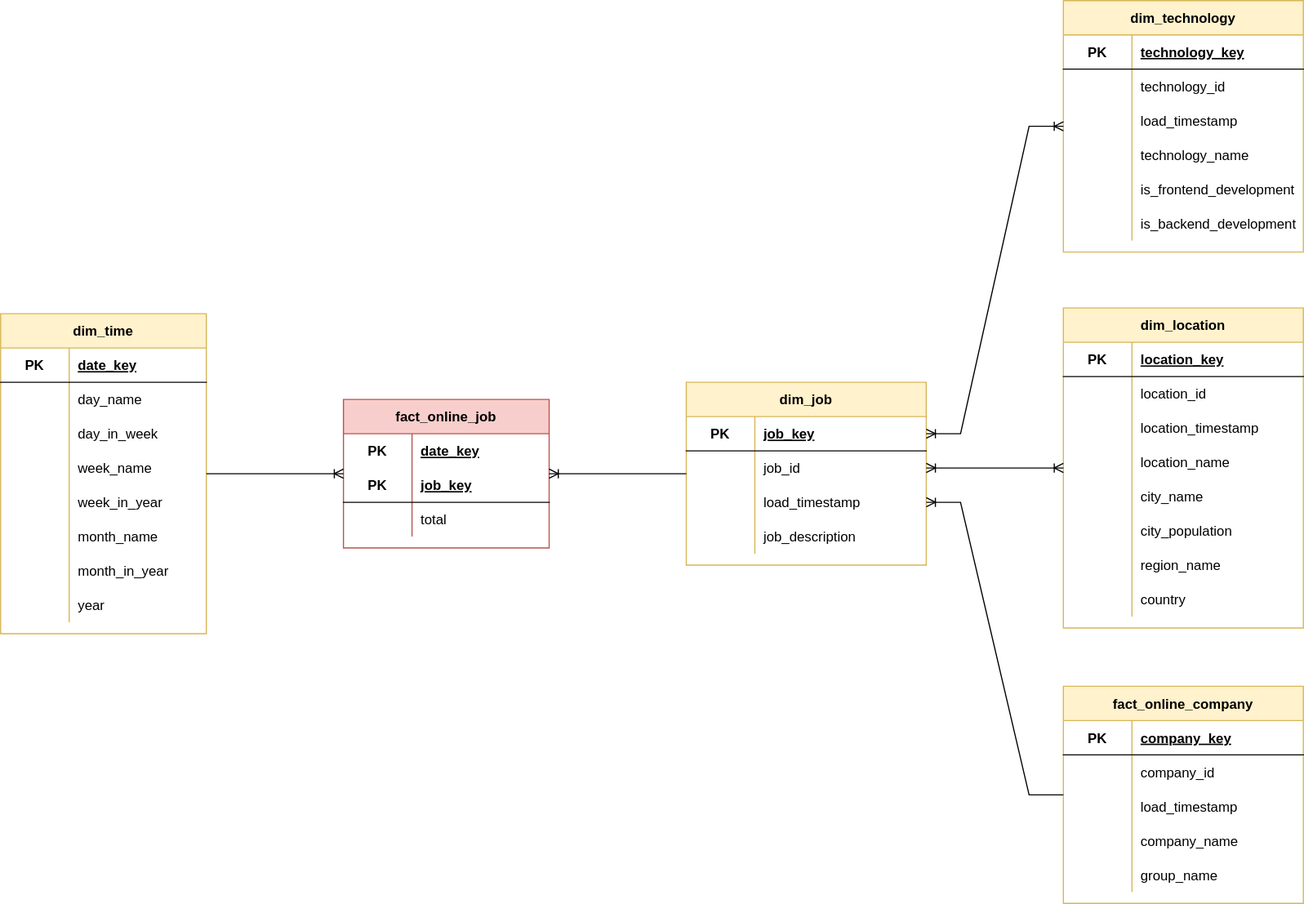
Before: doc/mart-model.drawio.svg, a diagram exported from draw.io (petracarrion/job-market-analytics). Source tidied: cells renumbered, new cells last; positions are measured from the earlier drawing's top-left corner, leaving out a move shared by most shapes.
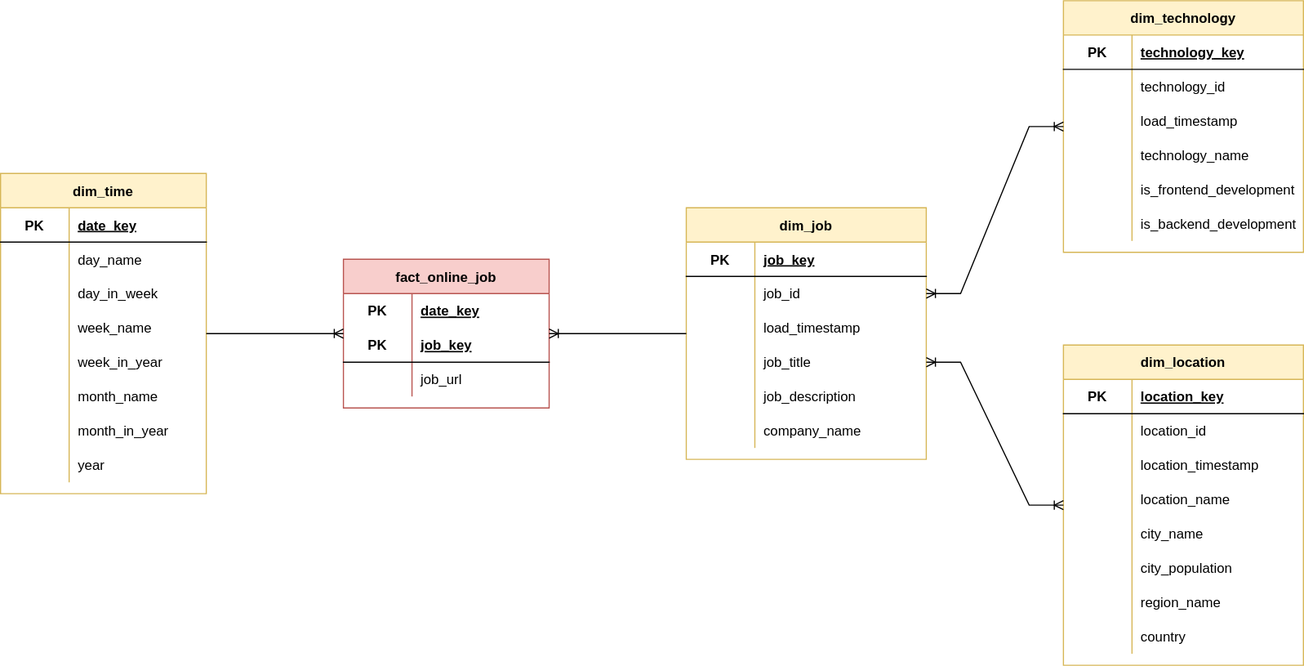
After the change.

What changed in the source:
```diff
@@ -105,11 +105,11 @@
     <mxCell id="36" style="shape=partialRectangle;fillColor=none;top=0;left=0;bottom=0;right=0;overflow=hidden;" parent="35" vertex="1">
       <mxGeometry width="60" height="30" as="geometry" />
     </mxCell>
-    <mxCell id="37" value="total" style="shape=partialRectangle;fillColor=none;top=0;left=0;bottom=0;right=0;align=left;spacingLeft=6;overflow=hidden;" parent="35" vertex="1">
+    <mxCell id="37" value="job_url" style="shape=partialRectangle;fillColor=none;top=0;left=0;bottom=0;right=0;align=left;spacingLeft=6;overflow=hidden;" parent="35" vertex="1">
       <mxGeometry x="60" width="120" height="30" as="geometry" />
     </mxCell>
     <mxCell id="38" value="dim_job" style="shape=table;startSize=30;rowLines=0;fontStyle=1;align=center;fillColor=#fff2cc;strokeColor=#d6b656;" parent="2" vertex="1">
-      <mxGeometry x="600" y="334" width="210" height="160" as="geometry" />
+      <mxGeometry x="600" y="304" width="210" height="220" as="geometry" />
     </mxCell>
     <mxCell id="39" style="shape=tableRow;horizontal=0;startSize=0;swimlaneHead=0;swimlaneBody=0;fillColor=none;points=[[0,0.5],[1,0.5]];portConstraint=eastwest;top=0;left=0;right=0;bottom=1;" parent="38" vertex="1">
       <mxGeometry y="30" width="210" height="30" as="geometry" />
@@ -138,8 +138,17 @@
     <mxCell id="47" value="load_timestamp" style="shape=partialRectangle;fillColor=none;top=0;left=0;bottom=0;right=0;align=left;spacingLeft=6;overflow=hidden;" parent="45" vertex="1">
       <mxGeometry x="60" width="150" height="30" as="geometry" />
     </mxCell>
+    <mxCell id="86" style="shape=tableRow;horizontal=0;startSize=0;swimlaneHead=0;swimlaneBody=0;fillColor=none;points=[[0,0.5],[1,0.5]];portConstraint=eastwest;top=0;left=0;right=0;bottom=0;" parent="38" vertex="1">
+      <mxGeometry y="120" width="210" height="30" as="geometry" />
+    </mxCell>
+    <mxCell id="116" style="shape=partialRectangle;fillColor=none;top=0;left=0;bottom=0;right=0;overflow=hidden;" parent="86" vertex="1">
+      <mxGeometry width="60" height="30" as="geometry" />
+    </mxCell>
+    <mxCell id="117" value="job_title" style="shape=partialRectangle;fillColor=none;top=0;left=0;bottom=0;right=0;align=left;spacingLeft=6;overflow=hidden;" parent="86" vertex="1">
+      <mxGeometry x="60" width="150" height="30" as="geometry" />
+    </mxCell>
     <mxCell id="48" style="shape=tableRow;horizontal=0;startSize=0;swimlaneHead=0;swimlaneBody=0;fillColor=none;top=0;left=0;right=0;bottom=0;" parent="38" vertex="1">
-      <mxGeometry y="120" width="210" height="30" as="geometry" />
+      <mxGeometry y="150" width="210" height="30" as="geometry" />
     </mxCell>
     <mxCell id="49" style="shape=partialRectangle;fillColor=none;top=0;left=0;bottom=0;right=0;overflow=hidden;" parent="48" vertex="1">
       <mxGeometry width="60" height="30" as="geometry" />
@@ -147,8 +156,17 @@
     <mxCell id="50" value="job_description" style="shape=partialRectangle;fillColor=none;top=0;left=0;bottom=0;right=0;align=left;spacingLeft=6;overflow=hidden;" parent="48" vertex="1">
       <mxGeometry x="60" width="150" height="30" as="geometry" />
     </mxCell>
+    <mxCell id="118" style="shape=tableRow;horizontal=0;startSize=0;swimlaneHead=0;swimlaneBody=0;fillColor=none;top=0;left=0;right=0;bottom=0;" parent="38" vertex="1">
+      <mxGeometry y="180" width="210" height="30" as="geometry" />
+    </mxCell>
+    <mxCell id="119" style="shape=partialRectangle;fillColor=none;top=0;left=0;bottom=0;right=0;overflow=hidden;" parent="118" vertex="1">
+      <mxGeometry width="60" height="30" as="geometry" />
+    </mxCell>
+    <mxCell id="88" value="company_name" style="shape=partialRectangle;fillColor=none;top=0;left=0;bottom=0;right=0;align=left;spacingLeft=6;overflow=hidden;" parent="118" vertex="1">
+      <mxGeometry x="60" width="150" height="30" as="geometry" />
+    </mxCell>
     <mxCell id="51" value="dim_location" style="shape=table;startSize=30;rowLines=0;fontStyle=1;align=center;fillColor=#fff2cc;strokeColor=#d6b656;" parent="2" vertex="1">
-      <mxGeometry x="930" y="269" width="210" height="280" as="geometry" />
+      <mxGeometry x="930" y="424" width="210" height="280" as="geometry" />
     </mxCell>
     <mxCell id="52" style="shape=tableRow;horizontal=0;startSize=0;swimlaneHead=0;swimlaneBody=0;fillColor=none;top=0;left=0;right=0;bottom=1;" parent="51" vertex="1">
       <mxGeometry y="30" width="210" height="30" as="geometry" />
@@ -222,56 +240,8 @@
     <mxCell id="75" value="country" style="shape=partialRectangle;fillColor=none;top=0;left=0;bottom=0;right=0;align=left;spacingLeft=6;overflow=hidden;" parent="73" vertex="1">
       <mxGeometry x="60" width="150" height="30" as="geometry" />
     </mxCell>
-    <mxCell id="76" value="fact_online_company" style="shape=table;startSize=30;rowLines=0;fontStyle=1;align=center;fillColor=#fff2cc;strokeColor=#d6b656;" parent="2" vertex="1">
-      <mxGeometry x="930" y="600" width="210" height="190" as="geometry" />
-    </mxCell>
-    <mxCell id="77" style="shape=tableRow;horizontal=0;startSize=0;swimlaneHead=0;swimlaneBody=0;fillColor=none;top=0;left=0;right=0;bottom=1;" parent="76" vertex="1">
-      <mxGeometry y="30" width="210" height="30" as="geometry" />
-    </mxCell>
-    <mxCell id="78" value="PK" style="shape=partialRectangle;fillColor=none;top=0;left=0;bottom=0;right=0;fontStyle=1;overflow=hidden;" parent="77" vertex="1">
-      <mxGeometry width="60" height="30" as="geometry" />
-    </mxCell>
-    <mxCell id="79" value="company_key" style="shape=partialRectangle;fillColor=none;top=0;left=0;bottom=0;right=0;align=left;spacingLeft=6;fontStyle=5;overflow=hidden;" parent="77" vertex="1">
-      <mxGeometry x="60" width="150" height="30" as="geometry" />
-    </mxCell>
-    <mxCell id="80" style="shape=tableRow;horizontal=0;startSize=0;swimlaneHead=0;swimlaneBody=0;fillColor=none;top=0;left=0;right=0;bottom=0;" parent="76" vertex="1">
-      <mxGeometry y="60" width="210" height="30" as="geometry" />
-    </mxCell>
-    <mxCell id="81" style="shape=partialRectangle;fillColor=none;top=0;left=0;bottom=0;right=0;overflow=hidden;" parent="80" vertex="1">
-      <mxGeometry width="60" height="30" as="geometry" />
-    </mxCell>
-    <mxCell id="82" value="company_id" style="shape=partialRectangle;fillColor=none;top=0;left=0;bottom=0;right=0;align=left;spacingLeft=6;overflow=hidden;" parent="80" vertex="1">
-      <mxGeometry x="60" width="150" height="30" as="geometry" />
-    </mxCell>
-    <mxCell id="83" style="shape=tableRow;horizontal=0;startSize=0;swimlaneHead=0;swimlaneBody=0;fillColor=none;top=0;left=0;right=0;bottom=0;" parent="76" vertex="1">
-      <mxGeometry y="90" width="210" height="30" as="geometry" />
-    </mxCell>
-    <mxCell id="84" style="shape=partialRectangle;fillColor=none;top=0;left=0;bottom=0;right=0;overflow=hidden;" parent="83" vertex="1">
-      <mxGeometry width="60" height="30" as="geometry" />
-    </mxCell>
-    <mxCell id="85" value="load_timestamp" style="shape=partialRectangle;fillColor=none;top=0;left=0;bottom=0;right=0;align=left;spacingLeft=6;overflow=hidden;" parent="83" vertex="1">
-      <mxGeometry x="60" width="150" height="30" as="geometry" />
-    </mxCell>
-    <mxCell id="86" style="shape=tableRow;horizontal=0;startSize=0;swimlaneHead=0;swimlaneBody=0;fillColor=none;points=[[0,0.5],[1,0.5]];portConstraint=eastwest;top=0;left=0;right=0;bottom=0;" parent="76" vertex="1">
-      <mxGeometry y="120" width="210" height="30" as="geometry" />
-    </mxCell>
-    <mxCell id="87" style="shape=partialRectangle;fillColor=none;top=0;left=0;bottom=0;right=0;overflow=hidden;" parent="86" vertex="1">
-      <mxGeometry width="60" height="30" as="geometry" />
-    </mxCell>
-    <mxCell id="88" value="company_name" style="shape=partialRectangle;fillColor=none;top=0;left=0;bottom=0;right=0;align=left;spacingLeft=6;overflow=hidden;" parent="86" vertex="1">
-      <mxGeometry x="60" width="150" height="30" as="geometry" />
-    </mxCell>
-    <mxCell id="89" style="shape=tableRow;horizontal=0;startSize=0;swimlaneHead=0;swimlaneBody=0;fillColor=none;top=0;left=0;right=0;bottom=0;" parent="76" vertex="1">
-      <mxGeometry y="150" width="210" height="30" as="geometry" />
-    </mxCell>
-    <mxCell id="90" style="shape=partialRectangle;fillColor=none;top=0;left=0;bottom=0;right=0;overflow=hidden;" parent="89" vertex="1">
-      <mxGeometry width="60" height="30" as="geometry" />
-    </mxCell>
-    <mxCell id="91" value="group_name" style="shape=partialRectangle;fillColor=none;top=0;left=0;bottom=0;right=0;align=left;spacingLeft=6;overflow=hidden;" parent="89" vertex="1">
-      <mxGeometry x="60" width="150" height="30" as="geometry" />
-    </mxCell>
     <mxCell id="92" value="dim_technology" style="shape=table;startSize=30;rowLines=0;fontStyle=1;align=center;fillColor=#fff2cc;strokeColor=#d6b656;" parent="2" vertex="1">
-      <mxGeometry x="930" width="210" height="220" as="geometry" />
+      <mxGeometry x="930" y="123" width="210" height="220" as="geometry" />
     </mxCell>
     <mxCell id="93" style="shape=tableRow;horizontal=0;startSize=0;swimlaneHead=0;swimlaneBody=0;fillColor=none;top=0;left=0;right=0;bottom=1;" parent="92" vertex="1">
       <mxGeometry y="30" width="210" height="30" as="geometry" />
@@ -333,13 +303,10 @@
     <mxCell id="112" style="edgeStyle=entityRelationEdgeStyle;fontSize=12;html=1;endArrow=ERoneToMany;rounded=0;" parent="2" edge="1" source="38" target="28">
       <mxGeometry relative="1" as="geometry" />
     </mxCell>
-    <mxCell id="113" style="edgeStyle=entityRelationEdgeStyle;fontSize=12;html=1;endArrow=ERoneToMany;rounded=0;entryX=1;entryY=0.5;entryDx=0;entryDy=0;" parent="2" edge="1" source="76" target="45">
-      <mxGeometry relative="1" as="geometry" />
-    </mxCell>
-    <mxCell id="114" style="edgeStyle=entityRelationEdgeStyle;fontSize=12;html=1;endArrow=ERoneToMany;startArrow=ERoneToMany;rounded=0;" parent="2" edge="1" source="39" target="92">
+    <mxCell id="114" style="edgeStyle=entityRelationEdgeStyle;fontSize=12;html=1;endArrow=ERoneToMany;startArrow=ERoneToMany;rounded=0;exitX=1;exitY=0.5;exitDx=0;exitDy=0;" parent="2" edge="1" source="42" target="92">
       <mxGeometry relative="1" as="geometry" />
     </mxCell>
-    <mxCell id="115" style="edgeStyle=entityRelationEdgeStyle;fontSize=12;html=1;endArrow=ERoneToMany;startArrow=ERoneToMany;rounded=0;exitX=1;exitY=0.5;exitDx=0;exitDy=0;" parent="2" edge="1" source="42" target="51">
+    <mxCell id="115" style="edgeStyle=entityRelationEdgeStyle;fontSize=12;html=1;endArrow=ERoneToMany;startArrow=ERoneToMany;rounded=0;exitX=1;exitY=0.5;exitDx=0;exitDy=0;" parent="2" edge="1" source="86" target="51">
       <mxGeometry relative="1" as="geometry" />
     </mxCell>
   </root>
```
